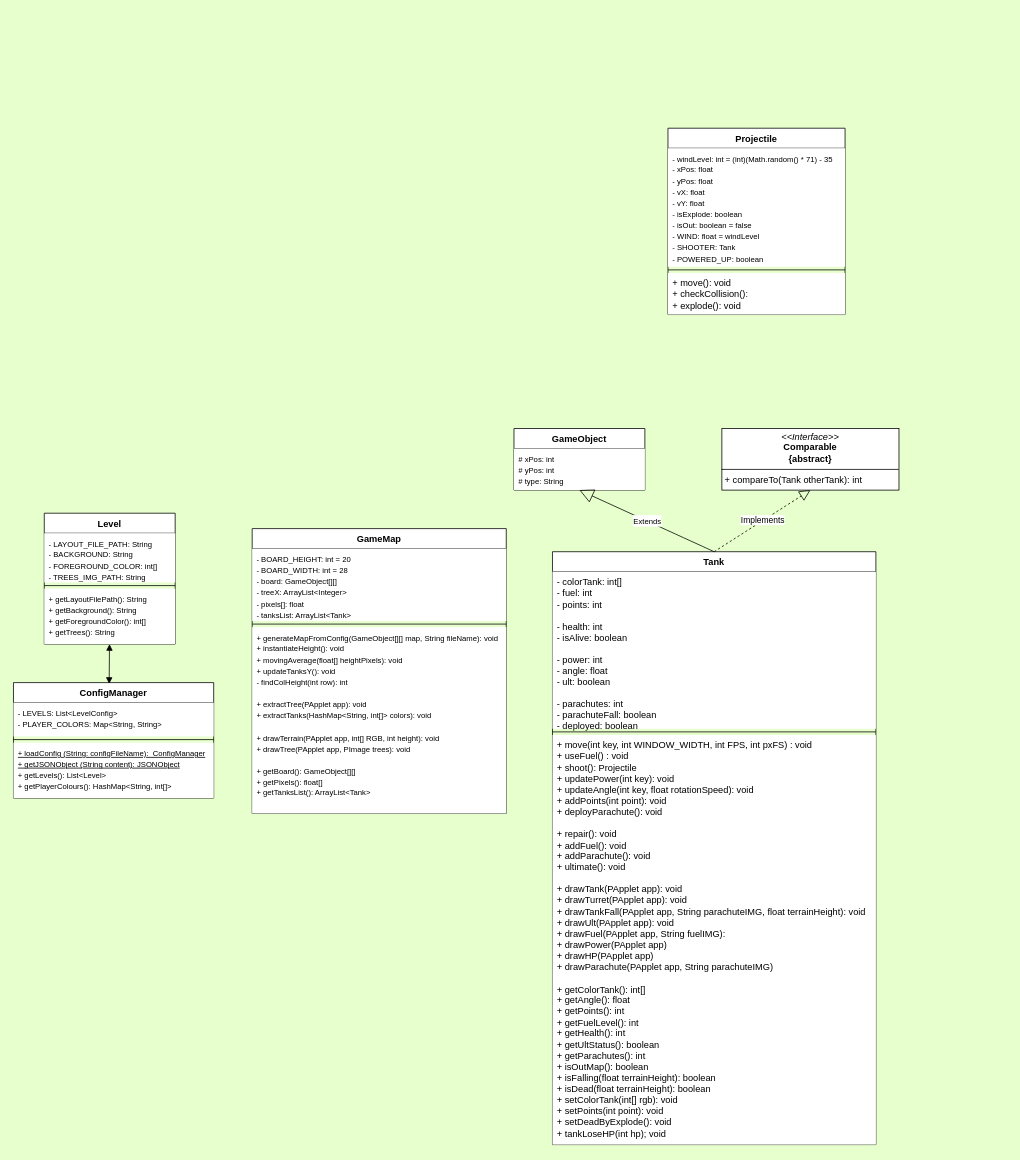
The draw.io diagram Tanks Layout.drawio in NguyenChHieu/Tanks, before the edit. Source tidied: cells renumbered, new cells numbered last; positions are measured from the earlier drawing's top-left corner, leaving out a move shared by most shapes. Both pictures are drawn from the tidied source at 77%, with x=0, y=0 at pixel (13, 128).
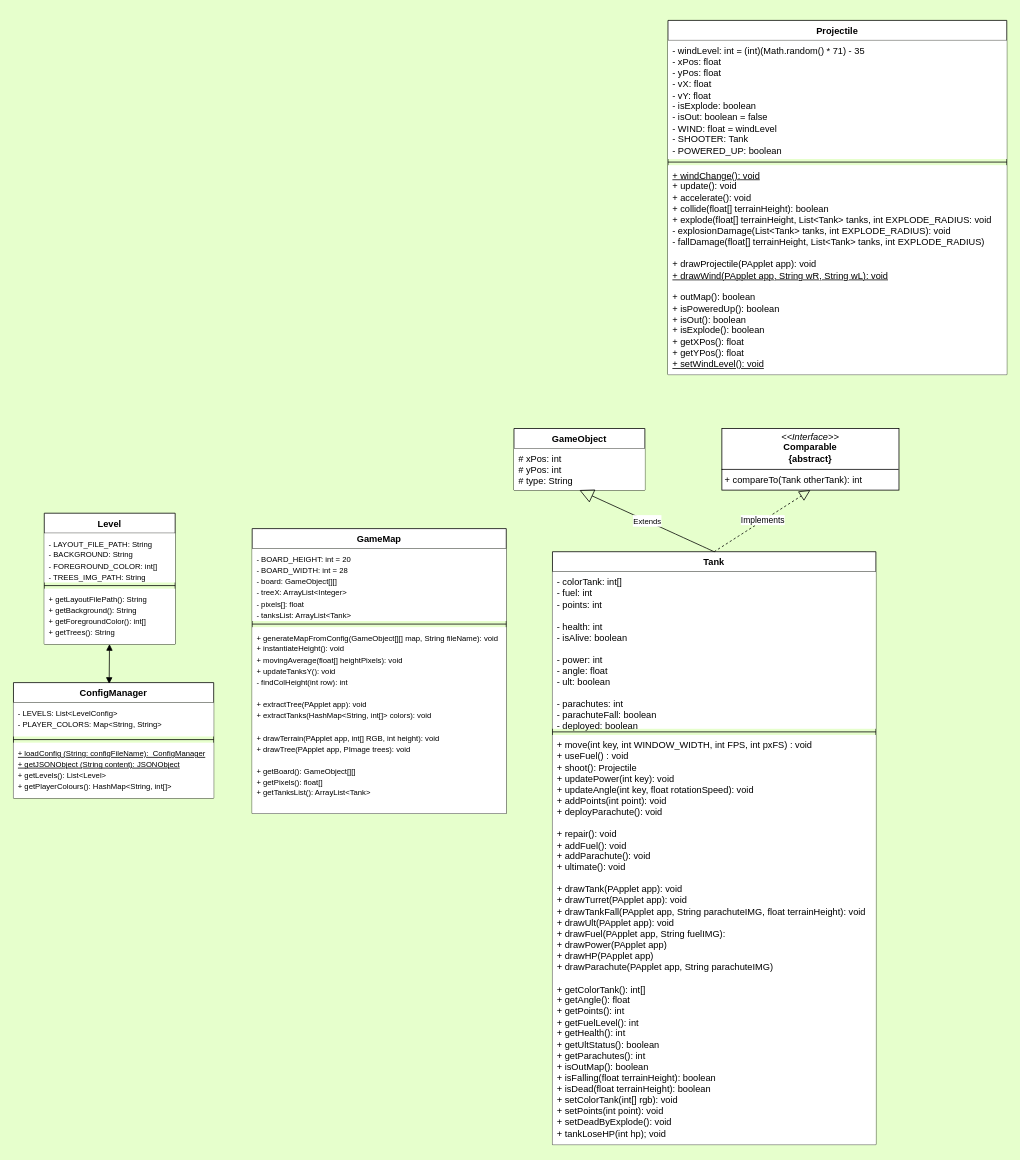
Above is the later version.

The change refers to these unchanged cells:
```xml
<mxCell id="23" value="GameObject" style="swimlane;fontStyle=1;align=center;verticalAlign=top;horizontal=1;startSize=26;whiteSpace=wrap;html=1;" parent="1" vertex="1">
  <mxGeometry x="650" y="390" width="170" height="80" as="geometry" />
</mxCell>
```

The edit, as a diff of the source:
```diff
@@
     <mxCell id="14" value="Projectile" style="swimlane;fontStyle=1;align=center;verticalAlign=top;horizontal=1;startSize=26;whiteSpace=wrap;html=1;" parent="1" vertex="1">
-      <mxGeometry x="850" width="230" height="242" as="geometry" />
+      <mxGeometry x="850" y="-140" width="440" height="460" as="geometry" />
     </mxCell>
-    <mxCell id="15" value="&lt;div&gt;&lt;font style=&quot;font-size: 10px;&quot;&gt;- windLevel: int = (int)(Math.random() * 71) - 35&amp;nbsp;&lt;/font&gt;&lt;/div&gt;&lt;div&gt;&lt;font style=&quot;font-size: 10px;&quot;&gt;- xPos: float&lt;/font&gt;&lt;/div&gt;&lt;div&gt;&lt;font style=&quot;font-size: 10px;&quot;&gt;- yPos: float&lt;/font&gt;&lt;/div&gt;&lt;div&gt;&lt;font style=&quot;font-size: 10px;&quot;&gt;- vX: float&lt;/font&gt;&lt;/div&gt;&lt;div&gt;&lt;font style=&quot;font-size: 10px;&quot;&gt;- vY: float&lt;/font&gt;&lt;/div&gt;&lt;div&gt;&lt;span style=&quot;font-size: 10px;&quot;&gt;- isExplode: boolean&lt;/span&gt;&lt;/div&gt;&lt;div&gt;&lt;span style=&quot;font-size: 10px;&quot;&gt;- isOut: boolean = false&lt;/span&gt;&lt;/div&gt;&lt;div&gt;&lt;font style=&quot;font-size: 10px;&quot;&gt;- WIND: float = windLevel&lt;/font&gt;&lt;/div&gt;&lt;div&gt;&lt;font style=&quot;font-size: 10px;&quot;&gt;- SHOOTER: Tank&lt;/font&gt;&lt;/div&gt;&lt;div&gt;&lt;font style=&quot;font-size: 10px;&quot;&gt;- POWERED_UP: boolean&lt;/font&gt;&lt;/div&gt;&lt;div&gt;&lt;font style=&quot;font-size: 10px;&quot;&gt;&lt;br&gt;&lt;/font&gt;&lt;/div&gt;" style="text;strokeColor=none;fillColor=default;align=left;verticalAlign=top;spacingLeft=4;spacingRight=4;overflow=hidden;whiteSpace=wrap;html=1;" parent="14" vertex="1">
-      <mxGeometry y="26" width="230" height="154" as="geometry" />
+    <mxCell id="15" value="&lt;div&gt;&lt;font style=&quot;font-size: 12px;&quot;&gt;- windLevel: int = (int)(Math.random() * 71) - 35&amp;nbsp;&lt;/font&gt;&lt;/div&gt;&lt;div&gt;&lt;font style=&quot;font-size: 12px;&quot;&gt;- xPos: float&lt;/font&gt;&lt;/div&gt;&lt;div&gt;&lt;font style=&quot;font-size: 12px;&quot;&gt;- yPos: float&lt;/font&gt;&lt;/div&gt;&lt;div&gt;&lt;font style=&quot;font-size: 12px;&quot;&gt;- vX: float&lt;/font&gt;&lt;/div&gt;&lt;div&gt;&lt;font style=&quot;font-size: 12px;&quot;&gt;- vY: float&lt;/font&gt;&lt;/div&gt;&lt;div&gt;&lt;font style=&quot;font-size: 12px;&quot;&gt;- isExplode: boolean&lt;/font&gt;&lt;/div&gt;&lt;div&gt;&lt;font style=&quot;font-size: 12px;&quot;&gt;- isOut: boolean = false&lt;/font&gt;&lt;/div&gt;&lt;div&gt;&lt;font style=&quot;font-size: 12px;&quot;&gt;- WIND: float = windLevel&lt;/font&gt;&lt;/div&gt;&lt;div&gt;&lt;font style=&quot;font-size: 12px;&quot;&gt;- SHOOTER: Tank&lt;/font&gt;&lt;/div&gt;&lt;div&gt;&lt;font style=&quot;font-size: 12px;&quot;&gt;- POWERED_UP: boolean&lt;/font&gt;&lt;/div&gt;&lt;div&gt;&lt;font style=&quot;font-size: 10px;&quot;&gt;&lt;br&gt;&lt;/font&gt;&lt;/div&gt;" style="text;strokeColor=none;fillColor=default;align=left;verticalAlign=top;spacingLeft=4;spacingRight=4;overflow=hidden;whiteSpace=wrap;html=1;" parent="14" vertex="1">
+      <mxGeometry y="26" width="440" height="154" as="geometry" />
     </mxCell>
     <mxCell id="16" style="line;strokeWidth=1;fillColor=none;align=left;verticalAlign=middle;spacingTop=-1;spacingLeft=3;spacingRight=3;labelPosition=right;strokeColor=inherit;" parent="14" vertex="1">
-      <mxGeometry y="180" width="230" height="8" as="geometry" />
+      <mxGeometry y="180" width="440" height="8" as="geometry" />
     </mxCell>
-    <mxCell id="17" value="+ move(): void&lt;div&gt;+ checkCollision():&lt;/div&gt;&lt;div&gt;+ explode(): void&lt;/div&gt;" style="text;strokeColor=none;fillColor=default;align=left;verticalAlign=top;spacingLeft=4;spacingRight=4;overflow=hidden;whiteSpace=wrap;html=1;" parent="14" vertex="1">
-      <mxGeometry y="188" width="230" height="54" as="geometry" />
+    <mxCell id="17" value="&lt;font style=&quot;font-size: 12px;&quot;&gt;&lt;u&gt;+ windChange(): void&lt;/u&gt;&lt;/font&gt;&lt;div&gt;&lt;font style=&quot;font-size: 12px;&quot;&gt;+ update(): void&lt;/font&gt;&lt;/div&gt;&lt;div&gt;&lt;font style=&quot;font-size: 12px;&quot;&gt;+ accelerate(): void&lt;/font&gt;&lt;/div&gt;&lt;div&gt;&lt;font style=&quot;font-size: 12px;&quot;&gt;+ collide(float[] terrainHeight): boolean&lt;/font&gt;&lt;/div&gt;&lt;div&gt;&lt;font style=&quot;font-size: 12px;&quot;&gt;+ explode(float[] terrainHeight, List&amp;lt;Tank&amp;gt; tanks, int EXPLODE_RADIUS: void&lt;/font&gt;&lt;/div&gt;&lt;div&gt;&lt;font style=&quot;font-size: 12px;&quot;&gt;- explosionDamage(List&amp;lt;Tank&amp;gt; tanks, int EXPLODE_RADIUS): void&lt;/font&gt;&lt;/div&gt;&lt;div&gt;&lt;font style=&quot;font-size: 12px;&quot;&gt;- fallDamage(float[] terrainHeight, List&amp;lt;Tank&amp;gt; tanks, int EXPLODE_RADIUS)&lt;/font&gt;&lt;/div&gt;&lt;div&gt;&lt;font style=&quot;font-size: 12px;&quot;&gt;&lt;br&gt;&lt;/font&gt;&lt;/div&gt;&lt;div&gt;&lt;font style=&quot;font-size: 12px;&quot;&gt;+ drawProjectile(PApplet app): void&lt;/font&gt;&lt;/div&gt;&lt;div&gt;&lt;font style=&quot;font-size: 12px;&quot;&gt;&lt;u&gt;+ drawWind(PApplet app, String wR, String wL): void&lt;/u&gt;&lt;/font&gt;&lt;/div&gt;&lt;div&gt;&lt;br&gt;&lt;/div&gt;&lt;div&gt;+ outMap(): boolean&lt;/div&gt;&lt;div&gt;+ isPoweredUp(): boolean&lt;/div&gt;&lt;div&gt;+ isOut(): boolean&lt;/div&gt;&lt;div&gt;+ isExplode(): boolean&lt;/div&gt;&lt;div&gt;+ getXPos(): float&lt;/div&gt;&lt;div&gt;+ getYPos(): float&lt;/div&gt;&lt;div&gt;&lt;u&gt;+ setWindLevel(): void&lt;/u&gt;&lt;/div&gt;" style="text;strokeColor=none;fillColor=default;align=left;verticalAlign=top;spacingLeft=4;spacingRight=4;overflow=hidden;whiteSpace=wrap;html=1;" parent="14" vertex="1">
+      <mxGeometry y="188" width="440" height="272" as="geometry" />
     </mxCell>
@@
-    <mxCell id="24" value="&lt;font style=&quot;font-size: 10px;&quot;&gt;# xPos: int&lt;/font&gt;&lt;div&gt;&lt;font style=&quot;font-size: 10px;&quot;&gt;# yPos: int&lt;/font&gt;&lt;/div&gt;&lt;div&gt;&lt;font style=&quot;font-size: 10px;&quot;&gt;# type: String&lt;/font&gt;&lt;/div&gt;" style="text;strokeColor=none;fillColor=default;align=left;verticalAlign=top;spacingLeft=4;spacingRight=4;overflow=hidden;whiteSpace=wrap;html=1;" parent="23" vertex="1">
+    <mxCell id="24" value="&lt;font style=&quot;font-size: 12px;&quot;&gt;# xPos: int&lt;/font&gt;&lt;div&gt;&lt;font style=&quot;font-size: 12px;&quot;&gt;# yPos: int&lt;/font&gt;&lt;/div&gt;&lt;div&gt;&lt;font style=&quot;font-size: 12px;&quot;&gt;# type: String&lt;/font&gt;&lt;/div&gt;" style="text;strokeColor=none;fillColor=default;align=left;verticalAlign=top;spacingLeft=4;spacingRight=4;overflow=hidden;whiteSpace=wrap;html=1;" parent="23" vertex="1">
       <mxGeometry y="26" width="170" height="54" as="geometry" />
     </mxCell>
```
